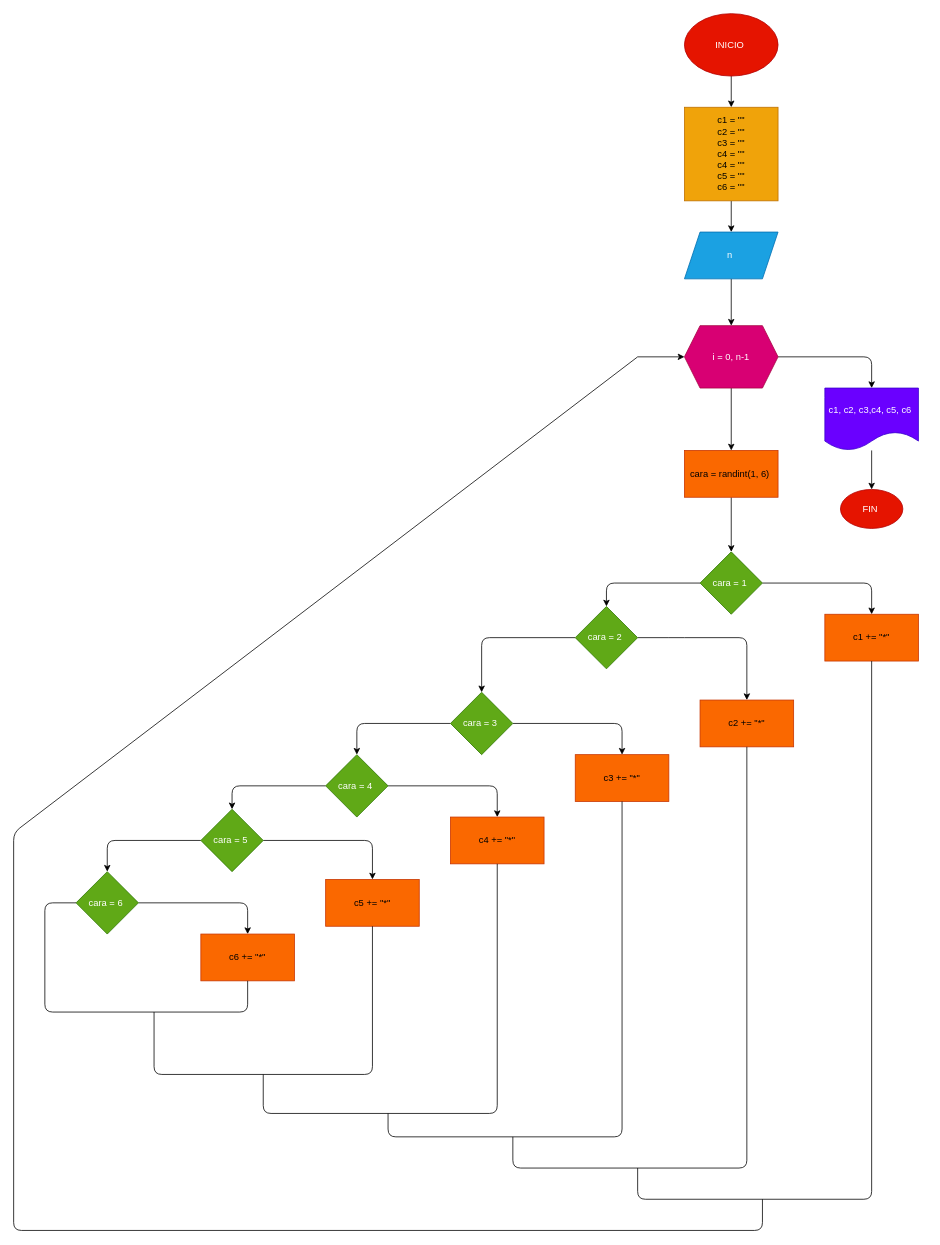
Earlier version of the draw.io diagram ejercicio3/ejercicio3.drawio (David2234504/ejercicios_for). Source tidied: cells renumbered, new cells numbered last; positions are measured from the earlier drawing's top-left corner, leaving out a move shared by most shapes. Both pictures are drawn from the tidied source at 78%, with x=0, y=0 at pixel (13, 13).
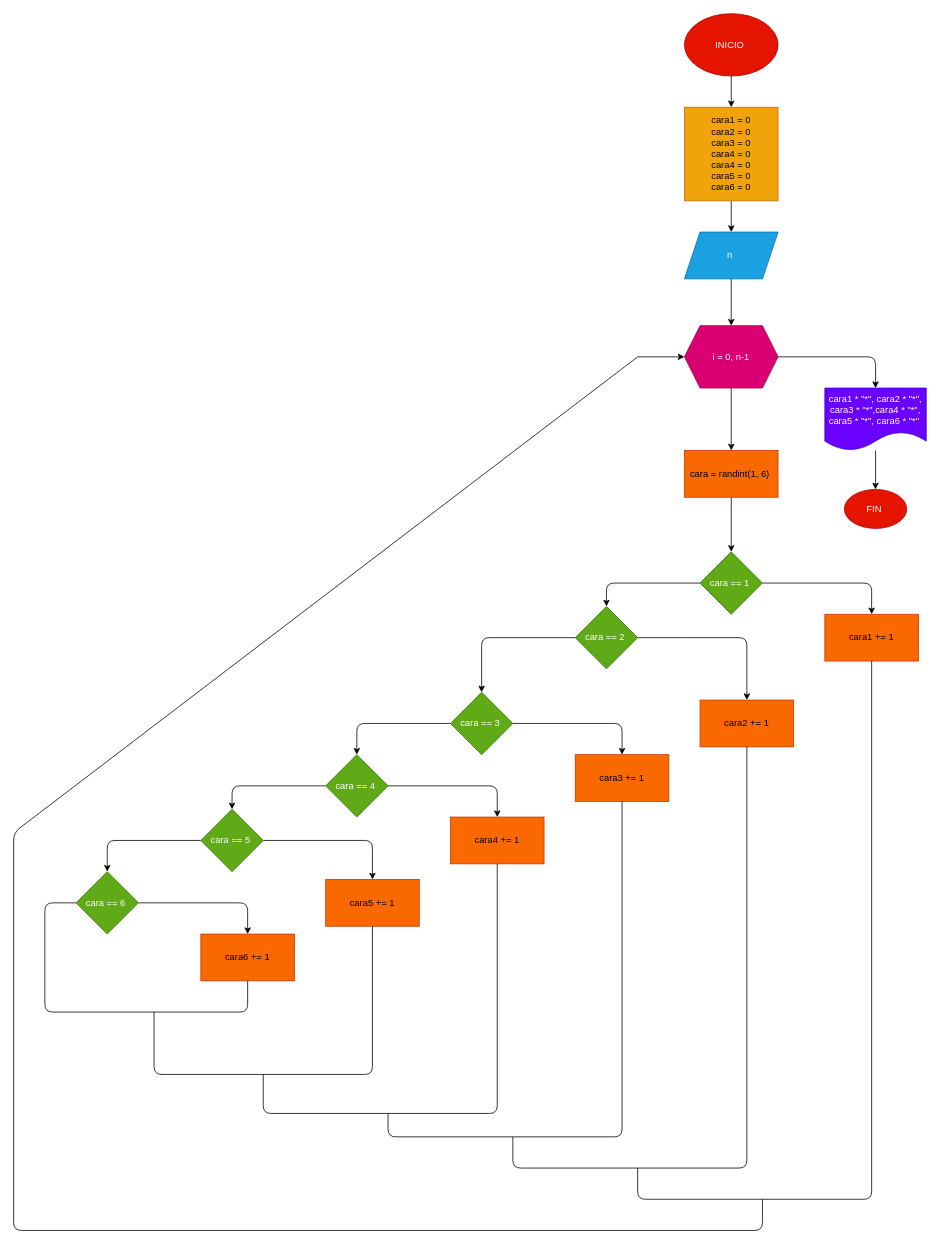
The same diagram, later.

Commit message (it also covers changes not shown here):
se programó en python

Unchanged cells that the change refers to:
```xml
<mxCell id="10" value="i = 0, n-1" style="shape=hexagon;perimeter=hexagonPerimeter2;whiteSpace=wrap;html=1;fixedSize=1;fillColor=#d80073;fontColor=#ffffff;strokeColor=#A50040;" parent="1" vertex="1">
  <mxGeometry x="860" y="400" width="120" height="80" as="geometry" />
</mxCell>
```

What changed in the source:
```diff
@@
-    <mxCell id="5" value="c1 = &quot;&quot;&lt;br&gt;c2 = &quot;&quot;&lt;br&gt;c3 = &quot;&quot;&lt;br&gt;c4 = &quot;&quot;&lt;br&gt;c4 = &quot;&quot;&lt;br&gt;c5 = &quot;&quot;&lt;br&gt;c6 = &quot;&quot;" style="whiteSpace=wrap;html=1;fillColor=#f0a30a;fontColor=#000000;strokeColor=#BD7000;" parent="1" vertex="1">
+    <mxCell id="5" value="cara1 = 0&lt;br&gt;cara2 = 0&lt;br&gt;cara3 = 0&lt;br&gt;cara4 = 0&lt;br&gt;cara4 = 0&lt;br&gt;cara5 = 0&lt;br&gt;cara6 = 0" style="whiteSpace=wrap;html=1;fillColor=#f0a30a;fontColor=#000000;strokeColor=#BD7000;" parent="1" vertex="1">
       <mxGeometry x="860" y="120" width="120" height="120" as="geometry" />
     </mxCell>
@@
     <mxCell id="8" style="edgeStyle=none;html=1;" parent="1" edge="1" source="10" target="12">
       <mxGeometry relative="1" as="geometry">
         <Array as="points">
-          <mxPoint x="1100" y="440" />
+          <mxPoint x="1105" y="440" />
         </Array>
       </mxGeometry>
     </mxCell>
@@
-    <mxCell id="12" value="c1, c2, c3,c4, c5, c6&amp;nbsp;" style="shape=document;whiteSpace=wrap;html=1;boundedLbl=1;fillColor=#6a00ff;fontColor=#ffffff;strokeColor=#3700CC;" parent="1" vertex="1">
-      <mxGeometry x="1040" y="480" width="120" height="80" as="geometry" />
+    <mxCell id="12" value="cara1 * &quot;*&quot;, cara2 * &quot;*&quot;, cara3 * &quot;*&quot;,cara4 * &quot;*&quot;, cara5 * &quot;*&quot;, cara6 * &quot;*&quot;&amp;nbsp;" style="shape=document;whiteSpace=wrap;html=1;boundedLbl=1;fillColor=#6a00ff;fontColor=#ffffff;strokeColor=#3700CC;" parent="1" vertex="1">
+      <mxGeometry x="1040" y="480" width="130" height="80" as="geometry" />
     </mxCell>
     <mxCell id="13" value="FIN&amp;nbsp;" style="ellipse;whiteSpace=wrap;html=1;fillColor=#e51400;fontColor=#ffffff;strokeColor=#B20000;" parent="1" vertex="1">
-      <mxGeometry x="1060" y="610" width="80" height="50" as="geometry" />
+      <mxGeometry x="1065" y="610" width="80" height="50" as="geometry" />
     </mxCell>
@@
-    <mxCell id="18" value="cara = 1&amp;nbsp;" style="rhombus;whiteSpace=wrap;html=1;fillColor=#60a917;fontColor=#ffffff;strokeColor=#2D7600;" parent="1" vertex="1">
+    <mxCell id="18" value="cara == 1&amp;nbsp;" style="rhombus;whiteSpace=wrap;html=1;fillColor=#60a917;fontColor=#ffffff;strokeColor=#2D7600;" parent="1" vertex="1">
       <mxGeometry x="880" y="690" width="80" height="80" as="geometry" />
     </mxCell>
-    <mxCell id="19" value="c1 += &quot;*&quot;" style="whiteSpace=wrap;html=1;fillColor=#fa6800;fontColor=#000000;strokeColor=#C73500;" parent="1" vertex="1">
+    <mxCell id="19" value="cara1 += 1" style="whiteSpace=wrap;html=1;fillColor=#fa6800;fontColor=#000000;strokeColor=#C73500;" parent="1" vertex="1">
       <mxGeometry x="1040" y="770" width="120" height="60" as="geometry" />
     </mxCell>
@@
-    <mxCell id="22" value="cara = 2&amp;nbsp;" style="rhombus;whiteSpace=wrap;html=1;fillColor=#60a917;fontColor=#ffffff;strokeColor=#2D7600;" parent="1" vertex="1">
+    <mxCell id="22" value="cara == 2&amp;nbsp;" style="rhombus;whiteSpace=wrap;html=1;fillColor=#60a917;fontColor=#ffffff;strokeColor=#2D7600;" parent="1" vertex="1">
       <mxGeometry x="720" y="760" width="80" height="80" as="geometry" />
     </mxCell>
-    <mxCell id="23" value="c2 += &quot;*&quot;" style="rounded=0;whiteSpace=wrap;html=1;fillColor=#fa6800;fontColor=#000000;strokeColor=#C73500;" parent="1" vertex="1">
+    <mxCell id="23" value="cara2 += 1" style="rounded=0;whiteSpace=wrap;html=1;fillColor=#fa6800;fontColor=#000000;strokeColor=#C73500;" parent="1" vertex="1">
       <mxGeometry x="880" y="880" width="120" height="60" as="geometry" />
     </mxCell>
@@
-    <mxCell id="26" value="cara = 3&amp;nbsp;" style="rhombus;whiteSpace=wrap;html=1;fillColor=#60a917;fontColor=#ffffff;strokeColor=#2D7600;" parent="1" vertex="1">
+    <mxCell id="26" value="cara == 3&amp;nbsp;" style="rhombus;whiteSpace=wrap;html=1;fillColor=#60a917;fontColor=#ffffff;strokeColor=#2D7600;" parent="1" vertex="1">
       <mxGeometry x="560" y="870" width="80" height="80" as="geometry" />
     </mxCell>
-    <mxCell id="27" value="c3 += &quot;*&quot;" style="whiteSpace=wrap;html=1;fillColor=#fa6800;fontColor=#000000;strokeColor=#C73500;" parent="1" vertex="1">
+    <mxCell id="27" value="cara3 += 1" style="whiteSpace=wrap;html=1;fillColor=#fa6800;fontColor=#000000;strokeColor=#C73500;" parent="1" vertex="1">
       <mxGeometry x="720" y="950" width="120" height="60" as="geometry" />
     </mxCell>
@@
-    <mxCell id="30" value="cara = 4&amp;nbsp;" style="rhombus;whiteSpace=wrap;html=1;fillColor=#60a917;fontColor=#ffffff;strokeColor=#2D7600;" parent="1" vertex="1">
+    <mxCell id="30" value="cara == 4&amp;nbsp;" style="rhombus;whiteSpace=wrap;html=1;fillColor=#60a917;fontColor=#ffffff;strokeColor=#2D7600;" parent="1" vertex="1">
       <mxGeometry x="400" y="950" width="80" height="80" as="geometry" />
     </mxCell>
-    <mxCell id="31" value="c4 += &quot;*&quot;" style="rounded=0;whiteSpace=wrap;html=1;fillColor=#fa6800;fontColor=#000000;strokeColor=#C73500;" parent="1" vertex="1">
+    <mxCell id="31" value="cara4 += 1" style="rounded=0;whiteSpace=wrap;html=1;fillColor=#fa6800;fontColor=#000000;strokeColor=#C73500;" parent="1" vertex="1">
       <mxGeometry x="560" y="1030" width="120" height="60" as="geometry" />
     </mxCell>
@@
-    <mxCell id="34" value="cara = 5&amp;nbsp;" style="rhombus;whiteSpace=wrap;html=1;fillColor=#60a917;fontColor=#ffffff;strokeColor=#2D7600;" parent="1" vertex="1">
+    <mxCell id="34" value="cara == 5&amp;nbsp;" style="rhombus;whiteSpace=wrap;html=1;fillColor=#60a917;fontColor=#ffffff;strokeColor=#2D7600;" parent="1" vertex="1">
       <mxGeometry x="240" y="1020" width="80" height="80" as="geometry" />
     </mxCell>
-    <mxCell id="35" value="c5 += &quot;*&quot;" style="rounded=0;whiteSpace=wrap;html=1;fillColor=#fa6800;fontColor=#000000;strokeColor=#C73500;" parent="1" vertex="1">
+    <mxCell id="35" value="cara5 += 1" style="rounded=0;whiteSpace=wrap;html=1;fillColor=#fa6800;fontColor=#000000;strokeColor=#C73500;" parent="1" vertex="1">
       <mxGeometry x="400" y="1110" width="120" height="60" as="geometry" />
     </mxCell>
@@
-    <mxCell id="37" value="cara = 6&amp;nbsp;" style="rhombus;whiteSpace=wrap;html=1;fillColor=#60a917;fontColor=#ffffff;strokeColor=#2D7600;" parent="1" vertex="1">
+    <mxCell id="37" value="cara == 6&amp;nbsp;" style="rhombus;whiteSpace=wrap;html=1;fillColor=#60a917;fontColor=#ffffff;strokeColor=#2D7600;" parent="1" vertex="1">
       <mxGeometry x="80" y="1100" width="80" height="80" as="geometry" />
     </mxCell>
-    <mxCell id="38" value="c6 += &quot;*&quot;" style="rounded=0;whiteSpace=wrap;html=1;fillColor=#fa6800;fontColor=#000000;strokeColor=#C73500;" parent="1" vertex="1">
+    <mxCell id="38" value="cara6 += 1" style="rounded=0;whiteSpace=wrap;html=1;fillColor=#fa6800;fontColor=#000000;strokeColor=#C73500;" parent="1" vertex="1">
       <mxGeometry x="240" y="1180" width="120" height="60" as="geometry" />
     </mxCell>
```
